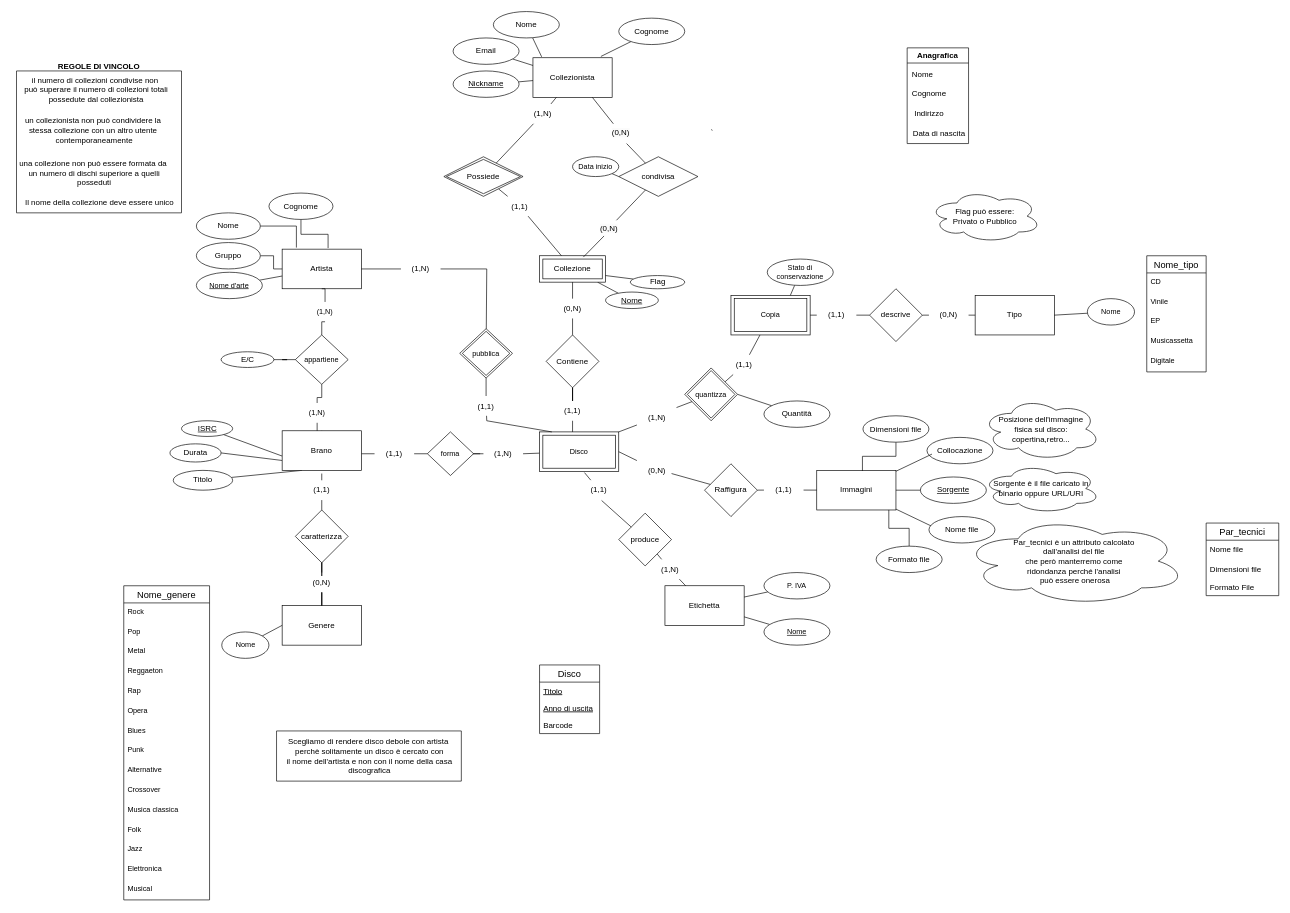
Earlier version of the draw.io diagram page "Ristrutturato" (2 of 2) of Collectors_ER.drawio (jessvzz/progetto_collezionisti). Source tidied: cells renumbered, new cells numbered last; positions are measured from the earlier drawing's top-left corner, leaving out a move shared by most shapes. Both pictures are drawn from the tidied source at 66%, with x=0, y=0 at pixel (11, 11).
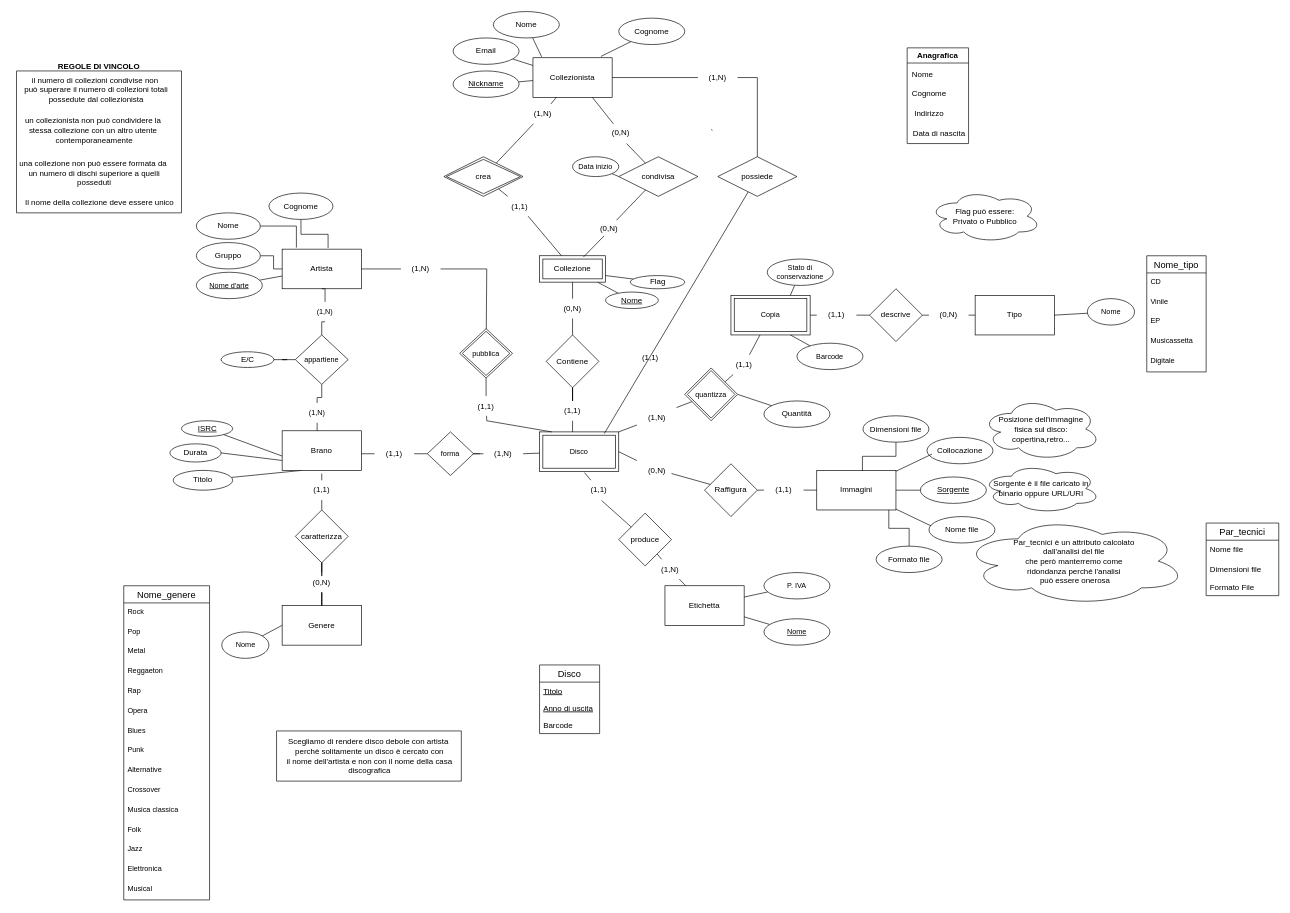
Above is the later version.

The change refers to these unchanged cells:
```xml
<mxCell id="5" value="Collezionista" style="rounded=0;whiteSpace=wrap;html=1;" parent="1" vertex="1">
  <mxGeometry x="790" y="70" width="120" height="60" as="geometry" />
</mxCell>
<mxCell id="8" value="Disco" style="shape=ext;margin=3;double=1;whiteSpace=wrap;html=1;align=center;fontFamily=Helvetica;fontSize=11;fontColor=default;" parent="1" vertex="1">
  <mxGeometry x="800" y="636.9" width="120" height="60" as="geometry" />
</mxCell>
<mxCell id="63" value="Copia" style="shape=ext;margin=3;double=1;whiteSpace=wrap;html=1;align=center;fontFamily=Helvetica;fontSize=11;fontColor=default;" parent="1" vertex="1">
  <mxGeometry x="1090" y="430" width="120" height="60" as="geometry" />
</mxCell>
```

Diff of the diagram source:
```diff
@@
-    <mxCell id="27" value="Possiede" style="shape=rhombus;double=1;perimeter=rhombusPerimeter;whiteSpace=wrap;html=1;align=center;" parent="1" vertex="1">
+    <mxCell id="27" value="crea" style="shape=rhombus;double=1;perimeter=rhombusPerimeter;whiteSpace=wrap;html=1;align=center;" parent="1" vertex="1">
       <mxGeometry x="655" y="220" width="120" height="60" as="geometry" />
     </mxCell>
@@
+    <mxCell id="188" style="edgeStyle=orthogonalEdgeStyle;rounded=0;jettySize=auto;html=1;endArrow=none;sketch=0;shadow=0;endFill=0;" parent="1" edge="1" source="193" target="5">
+      <mxGeometry relative="1" as="geometry" />
+    </mxCell>
+    <mxCell id="189" style="edgeStyle=none;shape=connector;rounded=0;sketch=0;jettySize=auto;html=1;shadow=0;labelBackgroundColor=default;strokeColor=default;fontFamily=Helvetica;fontSize=11;fontColor=default;endArrow=none;endFill=0;entryX=0.817;entryY=0.043;entryDx=0;entryDy=0;entryPerimeter=0;" parent="1" edge="1" source="190" target="8">
+      <mxGeometry relative="1" as="geometry" />
+    </mxCell>
+    <mxCell id="190" value="possiede" style="shape=rhombus;perimeter=rhombusPerimeter;whiteSpace=wrap;html=1;align=center;" parent="1" vertex="1">
+      <mxGeometry x="1070" y="220" width="120" height="60" as="geometry" />
+    </mxCell>
+    <mxCell id="191" value="(1,1)" style="text;html=1;strokeColor=none;fillColor=none;align=center;verticalAlign=middle;whiteSpace=wrap;rounded=0;" parent="1" vertex="1">
+      <mxGeometry x="937.5" y="510" width="60" height="30" as="geometry" />
+    </mxCell>
+    <mxCell id="192" style="edgeStyle=orthogonalEdgeStyle;rounded=0;jettySize=auto;html=1;endArrow=none;sketch=0;shadow=0;endFill=0;" parent="1" edge="1" source="190" target="193">
+      <mxGeometry relative="1" as="geometry">
+        <Array as="points">
+          <mxPoint x="1130" y="100" />
+        </Array>
+      </mxGeometry>
+    </mxCell>
+    <mxCell id="193" value="(1,N)" style="text;html=1;strokeColor=none;fillColor=none;align=center;verticalAlign=middle;whiteSpace=wrap;rounded=0;" parent="1" vertex="1">
+      <mxGeometry x="1040" y="85" width="60" height="30" as="geometry" />
+    </mxCell>
+    <mxCell id="194" style="edgeStyle=none;shape=connector;rounded=0;sketch=0;jettySize=auto;html=1;entryX=0.75;entryY=1;entryDx=0;entryDy=0;shadow=0;labelBackgroundColor=default;strokeColor=default;fontFamily=Helvetica;fontSize=11;fontColor=default;endArrow=none;endFill=0;elbow=vertical;" parent="1" edge="1" source="195" target="63">
+      <mxGeometry relative="1" as="geometry" />
+    </mxCell>
+    <mxCell id="195" value="Barcode" style="ellipse;whiteSpace=wrap;html=1;align=center;fontFamily=Helvetica;fontSize=11;fontColor=default;" parent="1" vertex="1">
+      <mxGeometry x="1190" y="502.5" width="100" height="40" as="geometry" />
+    </mxCell>
```
